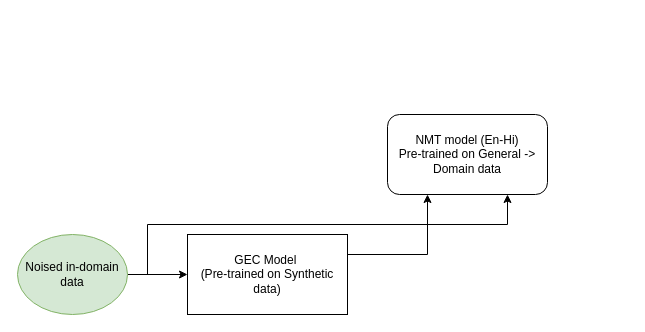
This is GEC denoiser.drawio from babangain/drawio, a draw.io file, before an edit. Source tidied: cells renumbered, new cells numbered last; positions are measured from the earlier drawing's top-left corner, leaving out a move shared by most shapes. Both pictures are drawn from the tidied source at 100%, with x=0, y=0 at pixel (17, 114).
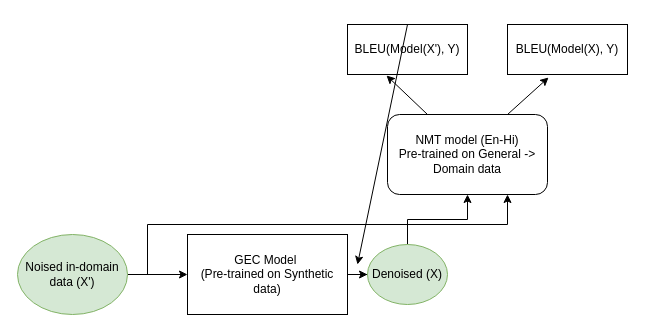
The same page after the edit.

Change to the diagram source:
```diff
@@
 <mxGraphModel>
   <root>
     <mxCell id="0" />
     <mxCell id="1" parent="0" />
+    <mxCell id="8" style="edgeStyle=orthogonalEdgeStyle;rounded=0;jettySize=auto;html=1;" parent="1" edge="1" source="2" target="11">
+      <mxGeometry relative="1" as="geometry" />
+    </mxCell>
     <mxCell id="2" value="GEC Model&amp;nbsp;&lt;br&gt;(Pre-trained on Synthetic data)" style="rounded=0;whiteSpace=wrap;html=1;" parent="1" vertex="1">
       <mxGeometry x="170" y="120" width="160" height="80" as="geometry" />
     </mxCell>
     <mxCell id="3" value="NMT model (En-Hi)&lt;br&gt;Pre-trained on General -&amp;gt; Domain data" style="rounded=1;whiteSpace=wrap;html=1;" parent="1" vertex="1">
       <mxGeometry x="370" width="160" height="80" as="geometry" />
     </mxCell>
     <mxCell id="4" style="edgeStyle=orthogonalEdgeStyle;rounded=0;jettySize=auto;html=1;" parent="1" edge="1" source="5" target="2">
       <mxGeometry relative="1" as="geometry" />
     </mxCell>
-    <mxCell id="5" value="Noised in-domain data" style="ellipse;whiteSpace=wrap;html=1;fillColor=#d5e8d4;strokeColor=#82b366;" parent="1" vertex="1">
+    <mxCell id="5" value="Noised in-domain data (X')" style="ellipse;whiteSpace=wrap;html=1;fillColor=#d5e8d4;strokeColor=#82b366;" parent="1" vertex="1">
       <mxGeometry y="120" width="110" height="80" as="geometry" />
     </mxCell>
-    <mxCell id="6" style="endArrow=classic;html=1;rounded=0;exitX=1;exitY=0.25;exitDx=0;exitDy=0;entryX=0.25;entryY=1;entryDx=0;entryDy=0;" parent="1" edge="1" source="2" target="3">
-      <mxGeometry relative="1" as="geometry">
-        <Array as="points">
-          <mxPoint x="410" y="140" />
-        </Array>
-      </mxGeometry>
-    </mxCell>
     <mxCell id="7" style="endArrow=classic;html=1;rounded=0;entryX=0.75;entryY=1;entryDx=0;entryDy=0;" parent="1" edge="1" target="3">
       <mxGeometry relative="1" as="geometry">
         <mxPoint x="130" y="160" as="sourcePoint" />
         <Array as="points">
           <mxPoint x="130" y="110" />
           <mxPoint x="490" y="110" />
         </Array>
       </mxGeometry>
     </mxCell>
+    <mxCell id="9" value="BLEU(Model(X'), Y)" style="rounded=0;whiteSpace=wrap;html=1;" parent="1" vertex="1">
+      <mxGeometry x="330" y="-90" width="120" height="50" as="geometry" />
+    </mxCell>
+    <mxCell id="10" style="edgeStyle=orthogonalEdgeStyle;rounded=0;jettySize=auto;html=1;" parent="1" edge="1" source="11" target="3">
+      <mxGeometry relative="1" as="geometry" />
+    </mxCell>
+    <mxCell id="11" value="Denoised (X)" style="ellipse;whiteSpace=wrap;html=1;fillColor=#d5e8d4;strokeColor=#82b366;" parent="1" vertex="1">
+      <mxGeometry x="350" y="130" width="80" height="60" as="geometry" />
+    </mxCell>
+    <mxCell id="12" style="endArrow=classic;html=1;rounded=0;exitX=0.25;exitY=0;exitDx=0;exitDy=0;entryX=0.325;entryY=1.02;entryDx=0;entryDy=0;entryPerimeter=0;" parent="1" edge="1" source="3" target="9">
+      <mxGeometry relative="1" as="geometry" />
+    </mxCell>
+    <mxCell id="13" value="BLEU(Model(X), Y)" style="rounded=0;whiteSpace=wrap;html=1;" parent="1" vertex="1">
+      <mxGeometry x="490" y="-90" width="120" height="50" as="geometry" />
+    </mxCell>
+    <mxCell id="14" style="endArrow=classic;html=1;rounded=0;exitX=0.75;exitY=0;exitDx=0;exitDy=0;entryX=0.342;entryY=1.06;entryDx=0;entryDy=0;entryPerimeter=0;" parent="1" edge="1" source="3" target="13">
+      <mxGeometry relative="1" as="geometry" />
+    </mxCell>
+    <mxCell id="15" style="endArrow=classic;html=1;rounded=0;exitX=0.5;exitY=0;exitDx=0;exitDy=0;" parent="1" edge="1" source="9">
+      <mxGeometry relative="1" as="geometry">
+        <mxPoint x="340" y="150" as="targetPoint" />
+      </mxGeometry>
+    </mxCell>
   </root>
 </mxGraphModel>
```
